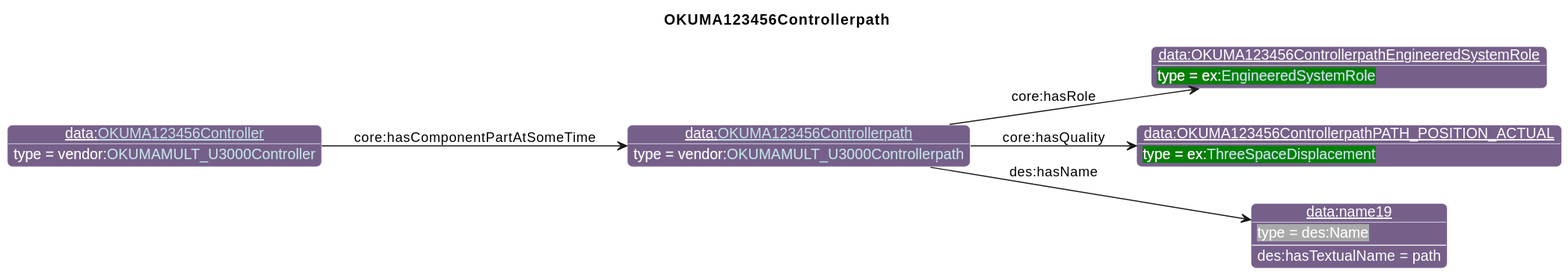
The PlantUML diagram diagrams/OKUMA123456Controllerpath.svg in iofoundry/example-syseng-mtconnect, before a commit.
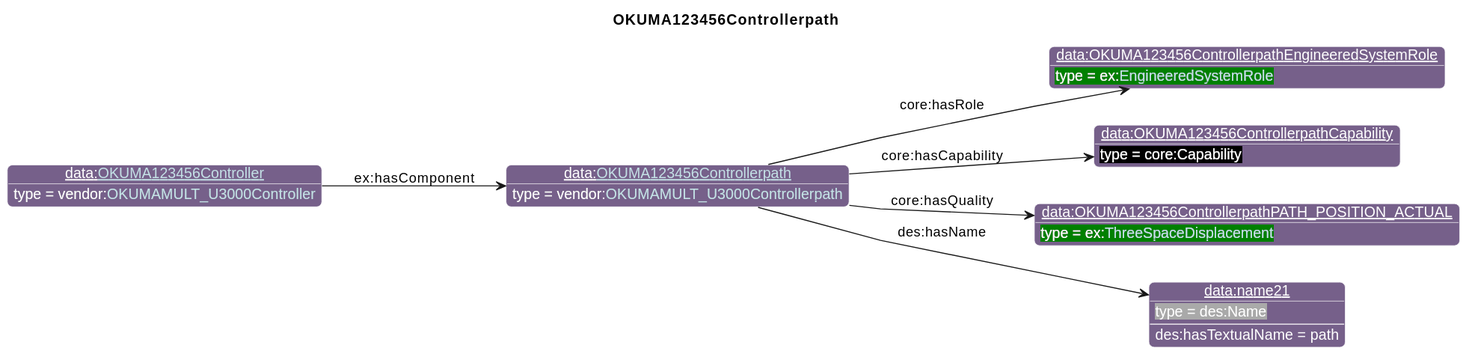
The same file after the commit.

What changed in the source:
```diff
@@ -27,12 +27,14 @@
       }
 individual(o0, data:[[./OKUMA123456Controllerpath.html OKUMA123456Controllerpath]], vendor:[[../OKUMA.html#OKUMAMULT_U3000Controllerpath OKUMAMULT_U3000Controllerpath]])
 individual(o1, data:OKUMA123456ControllerpathEngineeredSystemRole, ex:[[../Example.html#EngineeredSystemRole EngineeredSystemRole]])
-individual(o2, data:OKUMA123456ControllerpathPATH_POSITION_ACTUAL, ex:[[../Example.html#ThreeSpaceDisplacement ThreeSpaceDisplacement]])
-individual(o3, data:name19, des:Name)
-individual(o4, data:[[./OKUMA123456Controller.html OKUMA123456Controller]], vendor:[[../OKUMA.html#OKUMAMULT_U3000Controller OKUMAMULT_U3000Controller]])
+individual(o2, data:OKUMA123456ControllerpathCapability, core:Capability)
+individual(o3, data:OKUMA123456ControllerpathPATH_POSITION_ACTUAL, ex:[[../Example.html#ThreeSpaceDisplacement ThreeSpaceDisplacement]])
+individual(o4, data:name21, des:Name)
+individual(o5, data:[[./OKUMA123456Controller.html OKUMA123456Controller]], vendor:[[../OKUMA.html#OKUMAMULT_U3000Controller OKUMAMULT_U3000Controller]])
 property(o0, "core:hasRole", o1)
-property(o0, "core:hasQuality", o2)
-property(o0, "des:hasName", o3)
-data(o3, "des:hasTextualName", "path")
-property(o4, "core:hasComponentPartAtSomeTime", o0)
+property(o0, "core:hasCapability", o2)
+property(o0, "core:hasQuality", o3)
+property(o0, "des:hasName", o4)
+data(o4, "des:hasTextualName", "path")
+property(o5, "ex:hasComponent", o0)
 @enduml
```
